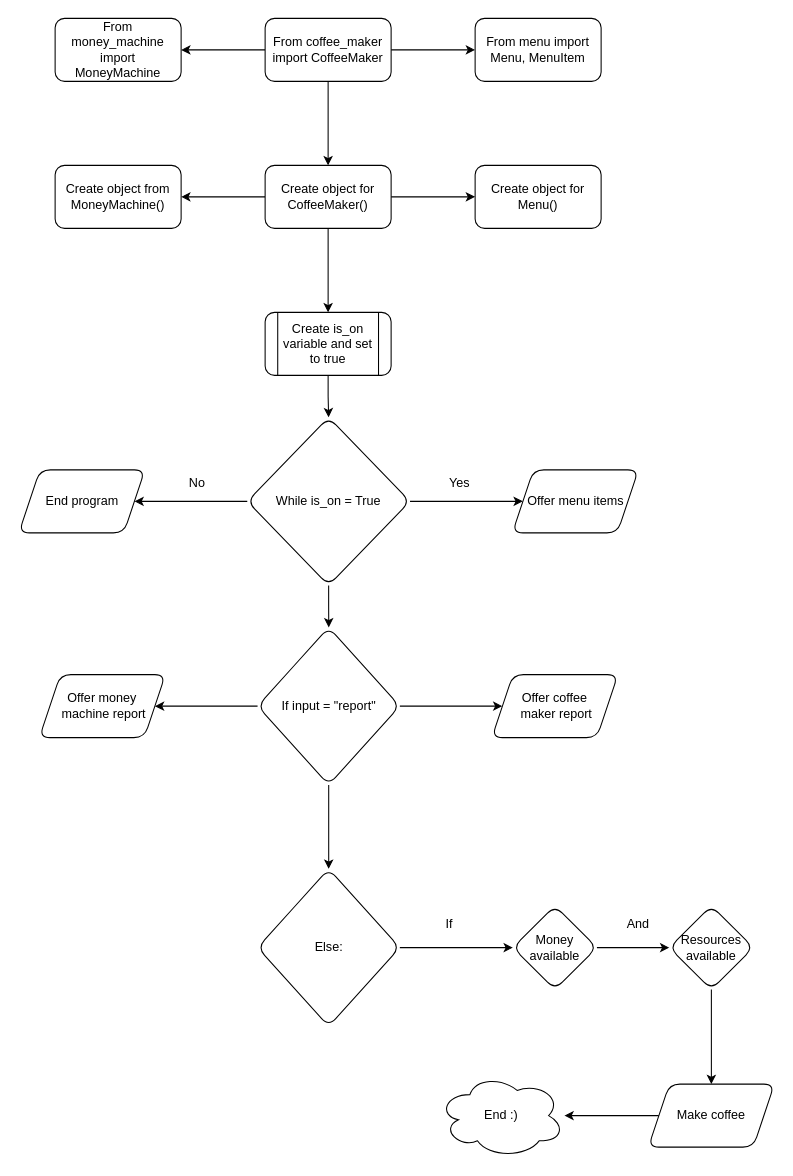
Before: oop_coffee_machine.drawio in Matasem-h/new_flowcharts, a draw.io diagram. Source tidied: cells renumbered, new cells numbered last; positions are measured from the earlier drawing's top-left corner, leaving out a move shared by most shapes. Both pictures are drawn from the tidied source at 105%, with x=0, y=0 at pixel (18, 18).
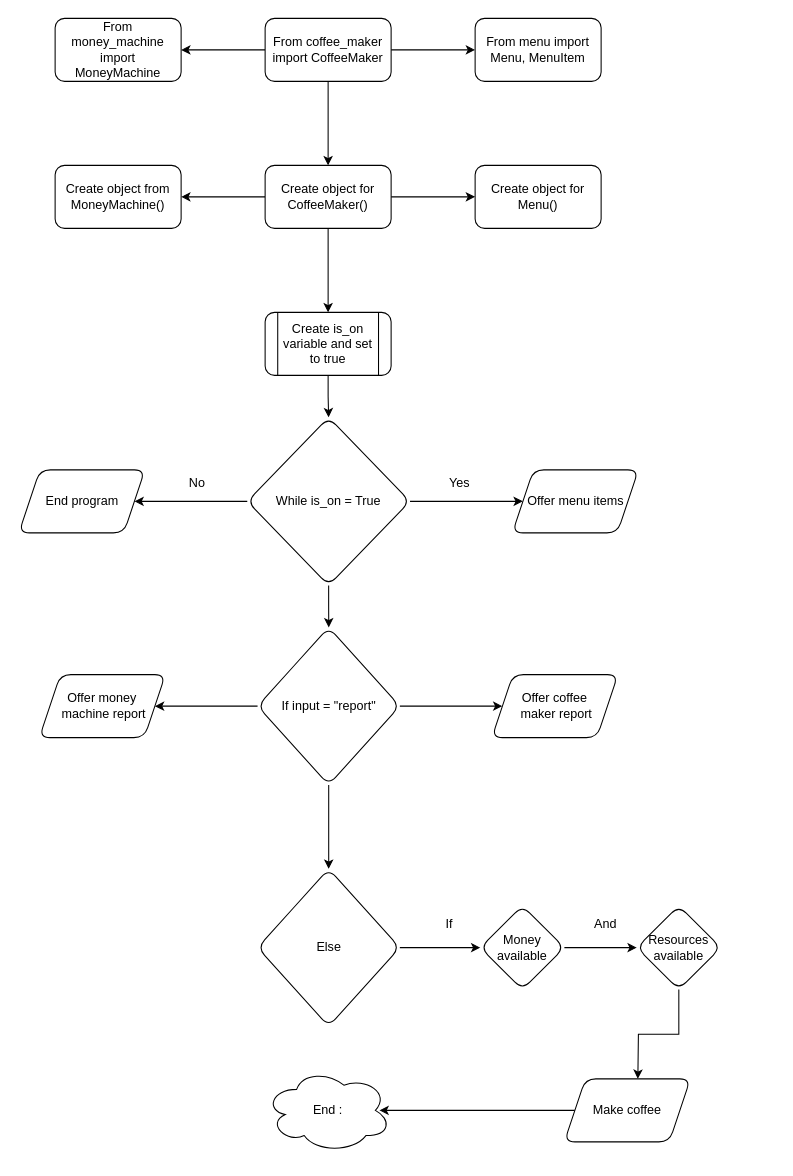
Above is the later version.

What changed in the source:
```diff
@@
-    <mxCell id="31" value="&lt;div&gt;Else:&lt;/div&gt;" style="rhombus;whiteSpace=wrap;html=1;rounded=1;" parent="1" vertex="1">
+    <mxCell id="31" value="&lt;div&gt;Else&lt;/div&gt;" style="rhombus;whiteSpace=wrap;html=1;rounded=1;" parent="1" vertex="1">
       <mxGeometry x="227.8" y="810" width="135.5" height="150" as="geometry" />
     </mxCell>
@@
     <mxCell id="33" value="Money available" style="rhombus;whiteSpace=wrap;html=1;rounded=1;" parent="1" vertex="1">
-      <mxGeometry x="471" y="845" width="80" height="80" as="geometry" />
+      <mxGeometry x="440" y="845" width="80" height="80" as="geometry" />
     </mxCell>
@@
-    <mxCell id="35" style="edgeStyle=orthogonalEdgeStyle;rounded=0;jettySize=auto;html=1;" parent="1" edge="1" source="36">
-      <mxGeometry relative="1" as="geometry">
-        <mxPoint x="660" y="1015" as="targetPoint" />
-      </mxGeometry>
-    </mxCell>
+    <mxCell id="41" style="edgeStyle=orthogonalEdgeStyle;rounded=0;jettySize=auto;html=1;" parent="1" edge="1" source="36">
+      <mxGeometry relative="1" as="geometry">
+        <mxPoint x="590" y="1010" as="targetPoint" />
+      </mxGeometry>
+    </mxCell>
     <mxCell id="36" value="Resources available" style="rhombus;whiteSpace=wrap;html=1;rounded=1;" parent="1" vertex="1">
-      <mxGeometry x="620" y="845" width="80" height="80" as="geometry" />
+      <mxGeometry x="589" y="845" width="80" height="80" as="geometry" />
     </mxCell>
     <mxCell id="37" value="And" style="text;html=1;align=center;verticalAlign=middle;strokeColor=none;fillColor=none;" parent="1" vertex="1">
-      <mxGeometry x="570" y="848" width="40" height="30" as="geometry" />
+      <mxGeometry x="539" y="848" width="40" height="30" as="geometry" />
     </mxCell>
-    <mxCell id="38" style="edgeStyle=orthogonalEdgeStyle;rounded=0;jettySize=auto;html=1;" parent="1" edge="1" source="39" target="40">
+    <mxCell id="38" style="edgeStyle=orthogonalEdgeStyle;rounded=0;jettySize=auto;html=1;entryX=0.907;entryY=0.5;entryDx=0;entryDy=0;entryPerimeter=0;" parent="1" edge="1" source="39" target="40">
       <mxGeometry relative="1" as="geometry" />
     </mxCell>
     <mxCell id="39" value="Make coffee" style="shape=parallelogram;perimeter=parallelogramPerimeter;whiteSpace=wrap;html=1;fixedSize=1;rounded=1;" parent="1" vertex="1">
-      <mxGeometry x="600" y="1015" width="120" height="60" as="geometry" />
+      <mxGeometry x="520" y="1010" width="120" height="60" as="geometry" />
     </mxCell>
-    <mxCell id="40" value="End :)" style="ellipse;shape=cloud;whiteSpace=wrap;html=1;rounded=1;" parent="1" vertex="1">
-      <mxGeometry x="400" y="1005" width="120" height="80" as="geometry" />
+    <mxCell id="40" value="End :" style="ellipse;shape=cloud;whiteSpace=wrap;html=1;rounded=1;" parent="1" vertex="1">
+      <mxGeometry x="235" y="1000" width="120" height="80" as="geometry" />
     </mxCell>
```
